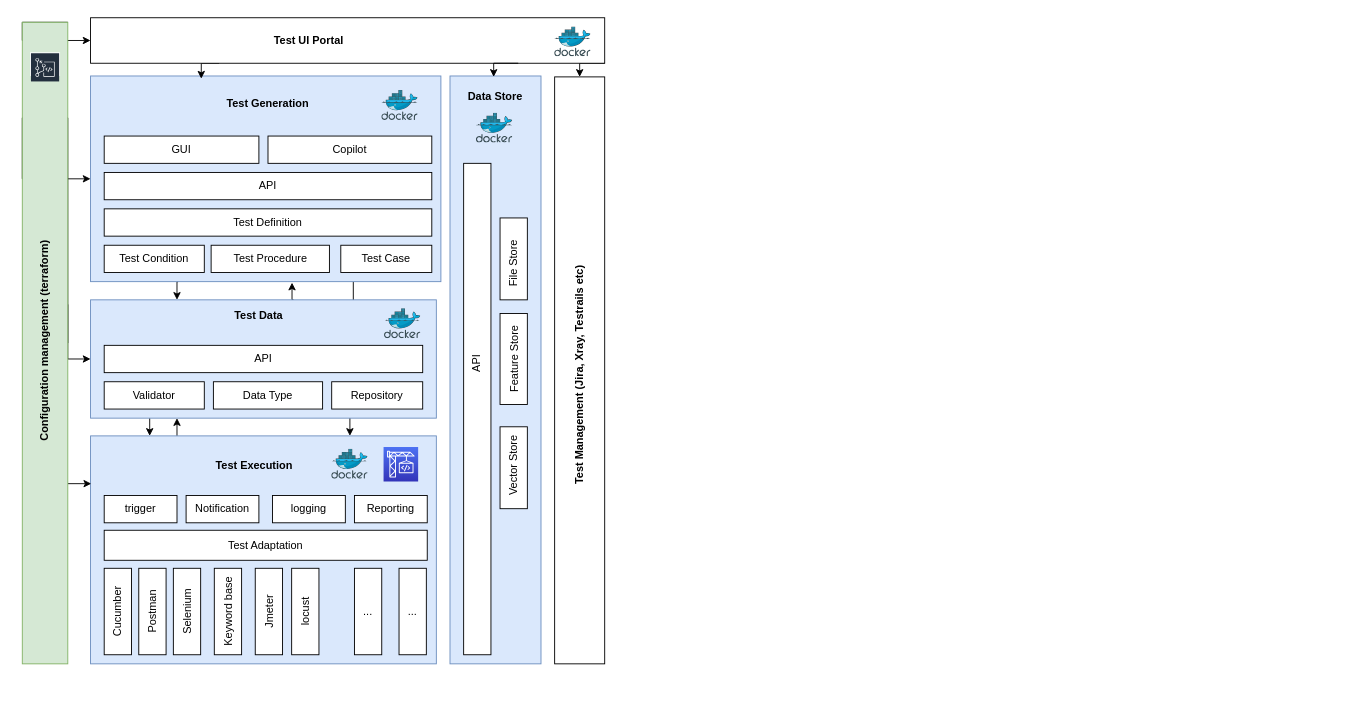
Above: Untitled Diagram.drawio in maxlinux/lab (draw.io), before the change. Source tidied: cells renumbered, new cells numbered last; positions are measured from the earlier drawing's top-left corner, leaving out a move shared by most shapes. Both pictures are drawn from the tidied source at 91%, with x=0, y=0 at pixel (-65, 17).
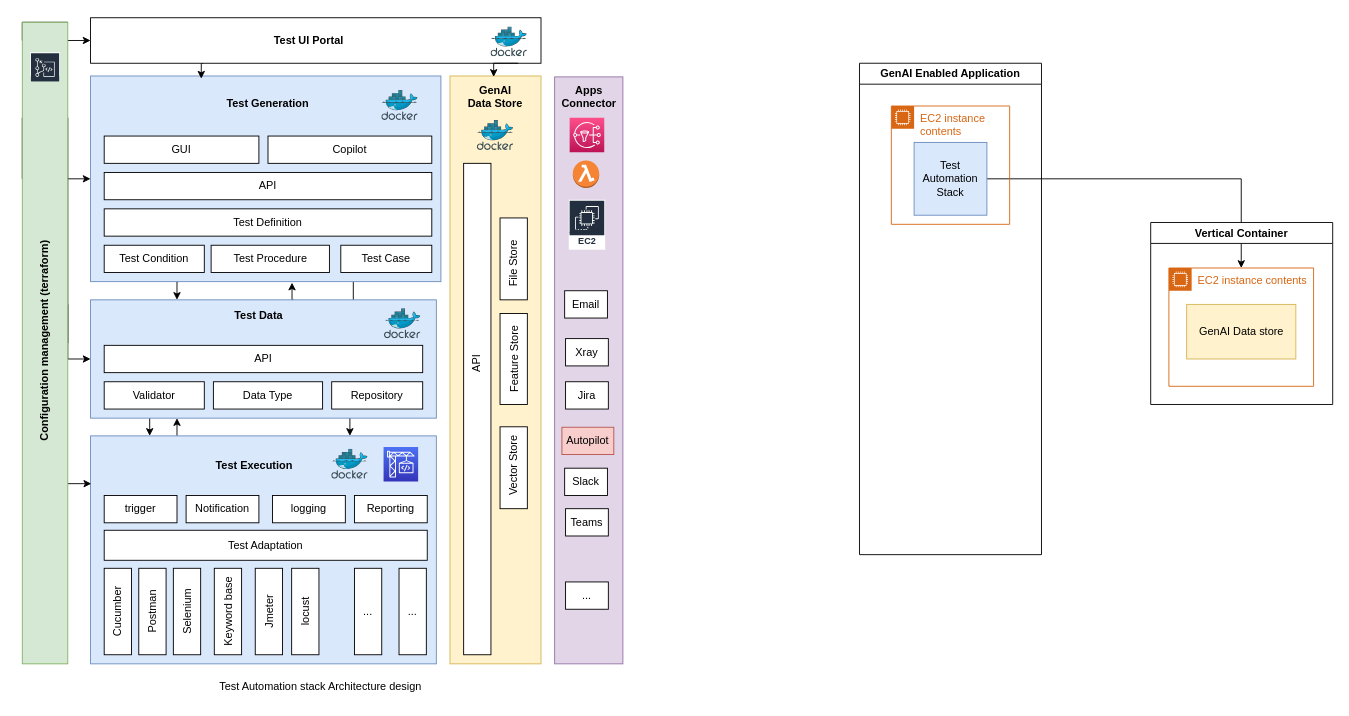
The same page after the edit.

The edit, as a diff of the source:
```diff
@@
-    <mxCell id="9" style="rounded=0;whiteSpace=wrap;html=1;fillColor=#dae8fc;strokeColor=#6c8ebf;" parent="1" vertex="1">
+    <mxCell id="9" style="rounded=0;whiteSpace=wrap;html=1;fillColor=#fff2cc;strokeColor=#d6b656;" parent="1" vertex="1">
       <mxGeometry x="565" y="64" width="100" height="646" as="geometry" />
     </mxCell>
@@
-    <mxCell id="23" value="Data Store" style="text;html=1;strokeColor=none;fillColor=none;align=center;verticalAlign=middle;whiteSpace=wrap;rounded=0;fontStyle=1;" parent="1" vertex="1">
+    <mxCell id="23" value="&lt;div&gt;GenAI&lt;/div&gt;&lt;div&gt;Data Store&lt;/div&gt;" style="text;html=1;strokeColor=none;fillColor=none;align=center;verticalAlign=middle;whiteSpace=wrap;rounded=0;fontStyle=1;" parent="1" vertex="1">
       <mxGeometry x="555" y="72" width="120" height="30" as="geometry" />
     </mxCell>
@@
-    <mxCell id="38" style="edgeStyle=orthogonalEdgeStyle;rounded=0;jettySize=auto;html=1;exitX=1;exitY=1;exitDx=0;exitDy=0;entryX=0.5;entryY=0;entryDx=0;entryDy=0;" parent="1" edge="1" source="39" target="47">
-      <mxGeometry relative="1" as="geometry" />
-    </mxCell>
     <mxCell id="39" style="rounded=0;whiteSpace=wrap;html=1;" parent="1" vertex="1">
-      <mxGeometry x="170" width="565" height="50" as="geometry" />
+      <mxGeometry x="170" width="495" height="50" as="geometry" />
     </mxCell>
@@
-    <mxCell id="47" style="rounded=0;whiteSpace=wrap;html=1;" parent="1" vertex="1">
-      <mxGeometry x="680" y="65" width="55" height="645" as="geometry" />
+    <mxCell id="47" style="rounded=0;whiteSpace=wrap;html=1;fillColor=#e1d5e7;strokeColor=#9673a6;" parent="1" vertex="1">
+      <mxGeometry x="680" y="65" width="75" height="645" as="geometry" />
     </mxCell>
-    <mxCell id="48" value="&lt;b&gt;Test Management (Jira, Xray, Testrails etc)&lt;/b&gt;" style="text;html=1;strokeColor=none;fillColor=none;align=center;verticalAlign=middle;whiteSpace=wrap;rounded=0;rotation=270;" parent="1" vertex="1">
-      <mxGeometry x="556.9" y="377.5" width="301.2" height="30" as="geometry" />
+    <mxCell id="48" value="&lt;div&gt;Apps&lt;br&gt;&lt;/div&gt;&lt;div&gt;Connector&lt;/div&gt;" style="text;html=1;strokeColor=none;fillColor=none;align=center;verticalAlign=middle;whiteSpace=wrap;rounded=0;rotation=0;fontStyle=1;" parent="1" vertex="1">
+      <mxGeometry x="698" y="72" width="40" height="30" as="geometry" />
     </mxCell>
@@
     <mxCell id="51" style="image;sketch=0;html=1;align=center;fontSize=12;image=img/lib/mscae/Docker.svg;" parent="1" vertex="1">
-      <mxGeometry x="680" y="10" width="40" height="32.8" as="geometry" />
+      <mxGeometry x="610" y="10" width="40" height="32.8" as="geometry" />
     </mxCell>
@@
     <mxCell id="53" style="image;sketch=0;html=1;align=center;fontSize=12;image=img/lib/mscae/Docker.svg;" parent="1" vertex="1">
-      <mxGeometry x="594" y="104.8" width="40" height="32.8" as="geometry" />
+      <mxGeometry x="595" y="113" width="40" height="32.8" as="geometry" />
     </mxCell>
@@
+    <mxCell id="73" value="Xray" style="rounded=0;whiteSpace=wrap;html=1;" parent="1" vertex="1">
+      <mxGeometry x="692" y="352.6" width="47" height="30" as="geometry" />
+    </mxCell>
+    <mxCell id="74" value="Jira" style="rounded=0;whiteSpace=wrap;html=1;" parent="1" vertex="1">
+      <mxGeometry x="692" y="400" width="47" height="30" as="geometry" />
+    </mxCell>
+    <mxCell id="75" value="&lt;div&gt;Slack&lt;/div&gt;" style="rounded=0;whiteSpace=wrap;html=1;" parent="1" vertex="1">
+      <mxGeometry x="691" y="495" width="47" height="30" as="geometry" />
+    </mxCell>
+    <mxCell id="76" value="Teams" style="rounded=0;whiteSpace=wrap;html=1;" parent="1" vertex="1">
+      <mxGeometry x="692" y="539.5" width="47" height="30" as="geometry" />
+    </mxCell>
+    <mxCell id="77" value="Email" style="rounded=0;whiteSpace=wrap;html=1;" parent="1" vertex="1">
+      <mxGeometry x="691" y="300" width="47" height="30" as="geometry" />
+    </mxCell>
+    <mxCell id="78" style="sketch=0;fontColor=#232F3E;gradientColor=#FF4F8B;gradientDirection=north;fillColor=#BC1356;strokeColor=#ffffff;dashed=0;verticalLabelPosition=bottom;verticalAlign=top;align=center;html=1;fontSize=12;fontStyle=0;shape=mxgraph.aws4.resourceIcon;resIcon=mxgraph.aws4.sns;" parent="1" vertex="1">
+      <mxGeometry x="696.5" y="109.8" width="38" height="38" as="geometry" />
+    </mxCell>
+    <mxCell id="79" style="dashed=0;verticalLabelPosition=bottom;verticalAlign=top;align=center;html=1;shape=mxgraph.aws3.lambda_function;fillColor=#F58534;gradientColor=none;" parent="1" vertex="1">
+      <mxGeometry x="700" y="157" width="29" height="30" as="geometry" />
+    </mxCell>
+    <mxCell id="80" value="..." style="rounded=0;whiteSpace=wrap;html=1;" parent="1" vertex="1">
+      <mxGeometry x="692" y="620" width="47" height="30" as="geometry" />
+    </mxCell>
+    <mxCell id="81" value="&lt;div&gt;Autopilot&lt;/div&gt;" style="rounded=0;whiteSpace=wrap;html=1;fillColor=#f8cecc;strokeColor=#b85450;" parent="1" vertex="1">
+      <mxGeometry x="688" y="450" width="57" height="30" as="geometry" />
+    </mxCell>
+    <mxCell id="82" value="Amazon EC2" style="sketch=0;fontColor=#232F3E;gradientColor=none;strokeColor=#ffffff;fillColor=#232F3E;dashed=0;verticalLabelPosition=middle;verticalAlign=bottom;align=center;html=1;whiteSpace=wrap;fontSize=10;fontStyle=1;spacing=3;shape=mxgraph.aws4.productIcon;prIcon=mxgraph.aws4.ec2;" parent="1" vertex="1">
+      <mxGeometry x="695.5" y="200" width="40" height="55" as="geometry" />
+    </mxCell>
+    <mxCell id="83" value="Test Automation stack Architecture design" style="text;html=1;strokeColor=none;fillColor=none;align=center;verticalAlign=middle;whiteSpace=wrap;rounded=0;" parent="1" vertex="1">
+      <mxGeometry x="281" y="720" width="284" height="30" as="geometry" />
+    </mxCell>
+    <mxCell id="84" value="EC2 instance contents" style="points=[[0,0],[0.25,0],[0.5,0],[0.75,0],[1,0],[1,0.25],[1,0.5],[1,0.75],[1,1],[0.75,1],[0.5,1],[0.25,1],[0,1],[0,0.75],[0,0.5],[0,0.25]];outlineConnect=0;gradientColor=none;html=1;whiteSpace=wrap;fontSize=12;fontStyle=0;shape=mxgraph.aws4.group;grIcon=mxgraph.aws4.group_ec2_instance_contents;strokeColor=#D86613;fillColor=none;verticalAlign=top;align=left;spacingLeft=30;fontColor=#D86613;dashed=0;" parent="1" vertex="1">
+      <mxGeometry x="1355" y="275" width="159" height="130" as="geometry" />
+    </mxCell>
+    <mxCell id="85" value="GenAI Data store" style="rounded=0;whiteSpace=wrap;html=1;fillColor=#fff2cc;strokeColor=#d6b656;" parent="84" vertex="1">
+      <mxGeometry x="19.5" y="40" width="120" height="60" as="geometry" />
+    </mxCell>
+    <mxCell id="86" style="edgeStyle=orthogonalEdgeStyle;rounded=0;jettySize=auto;html=1;exitX=1;exitY=0.5;exitDx=0;exitDy=0;" parent="1" edge="1" source="90" target="84">
+      <mxGeometry relative="1" as="geometry" />
+    </mxCell>
+    <mxCell id="87" value="Vertical Container" style="swimlane;whiteSpace=wrap;html=1;" parent="1" vertex="1">
+      <mxGeometry x="1335" y="225" width="200" height="200" as="geometry" />
+    </mxCell>
+    <mxCell id="88" value="GenAI Enabled Application" style="swimlane;whiteSpace=wrap;html=1;" parent="1" vertex="1">
+      <mxGeometry x="1015" y="50" width="200" height="540" as="geometry" />
+    </mxCell>
+    <mxCell id="89" value="EC2 instance contents" style="gradientColor=none;html=1;whiteSpace=wrap;fontSize=12;fontStyle=0;shape=mxgraph.aws4.group;grIcon=mxgraph.aws4.group_ec2_instance_contents;strokeColor=#D86613;fillColor=none;verticalAlign=top;align=left;spacingLeft=30;fontColor=#D86613;dashed=0;" parent="88" vertex="1">
+      <mxGeometry x="35" y="47" width="130" height="130" as="geometry" />
+    </mxCell>
+    <mxCell id="90" value="Test Automation Stack" style="whiteSpace=wrap;html=1;fillColor=#dae8fc;strokeColor=#6c8ebf;" parent="89" vertex="1">
+      <mxGeometry x="25" y="40" width="80" height="80" as="geometry" />
+    </mxCell>
```
